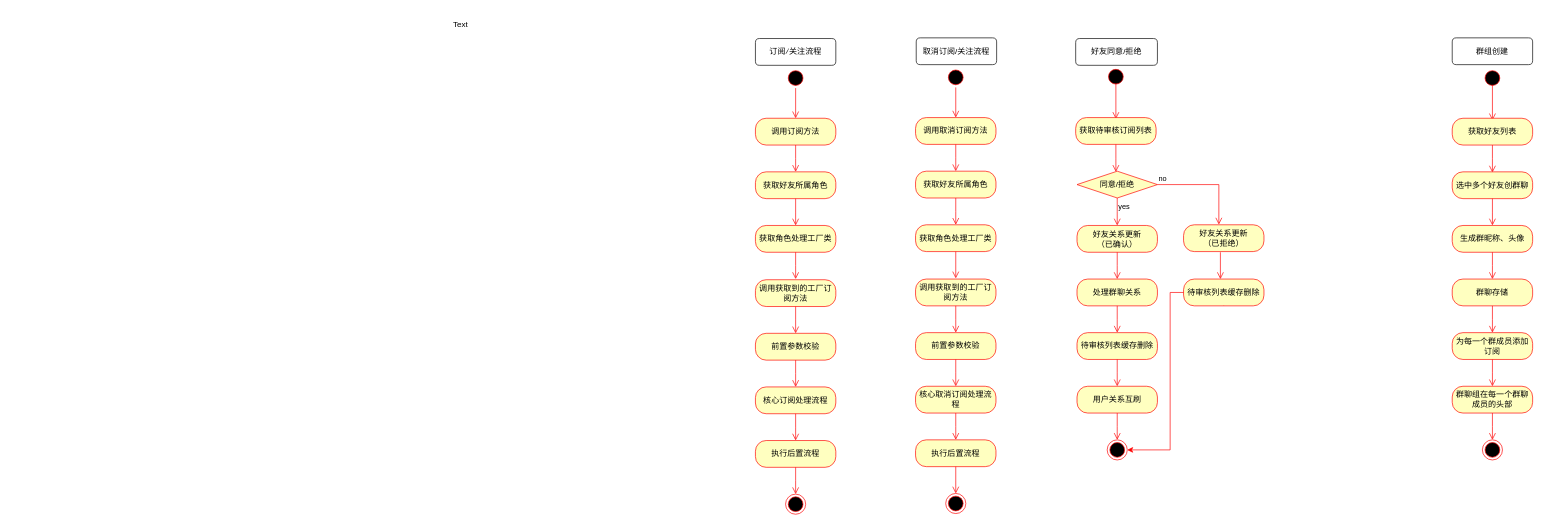
Above: webchat/二、好友关系设计.drawio in niuxiaocong/knowledage-notes (draw.io), before the change. Source tidied: cells renumbered, new cells numbered last; positions are measured from the earlier drawing's top-left corner, leaving out a move shared by most shapes. Both pictures are drawn from the tidied source at 67%, with x=0, y=0 at pixel (433, 11).
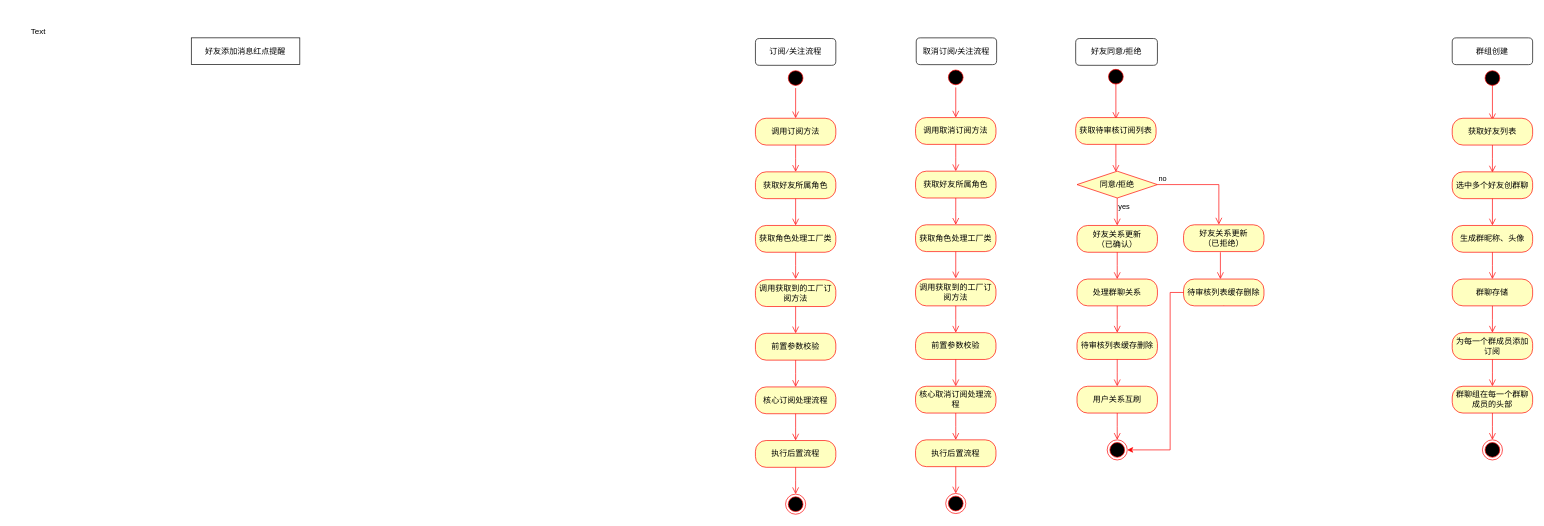
The same page after the edit.

Commit message:
更新二、好友关系设计.drawio

What changed in the source:
```diff
@@
     <mxCell id="4" value="Text" style="text;html=1;whiteSpace=wrap;strokeColor=none;fillColor=none;align=center;verticalAlign=middle;rounded=0;" parent="1" vertex="1">
-      <mxGeometry width="80" height="40" as="geometry" />
+      <mxGeometry x="-630" y="10" width="80" height="40" as="geometry" />
     </mxCell>
@@
+    <mxCell id="76" value="好友添加消息红点提醒" style="rounded=0;whiteSpace=wrap;html=1;" parent="1" vertex="1">
+      <mxGeometry x="-362" y="39" width="162" height="40" as="geometry" />
+    </mxCell>
```
